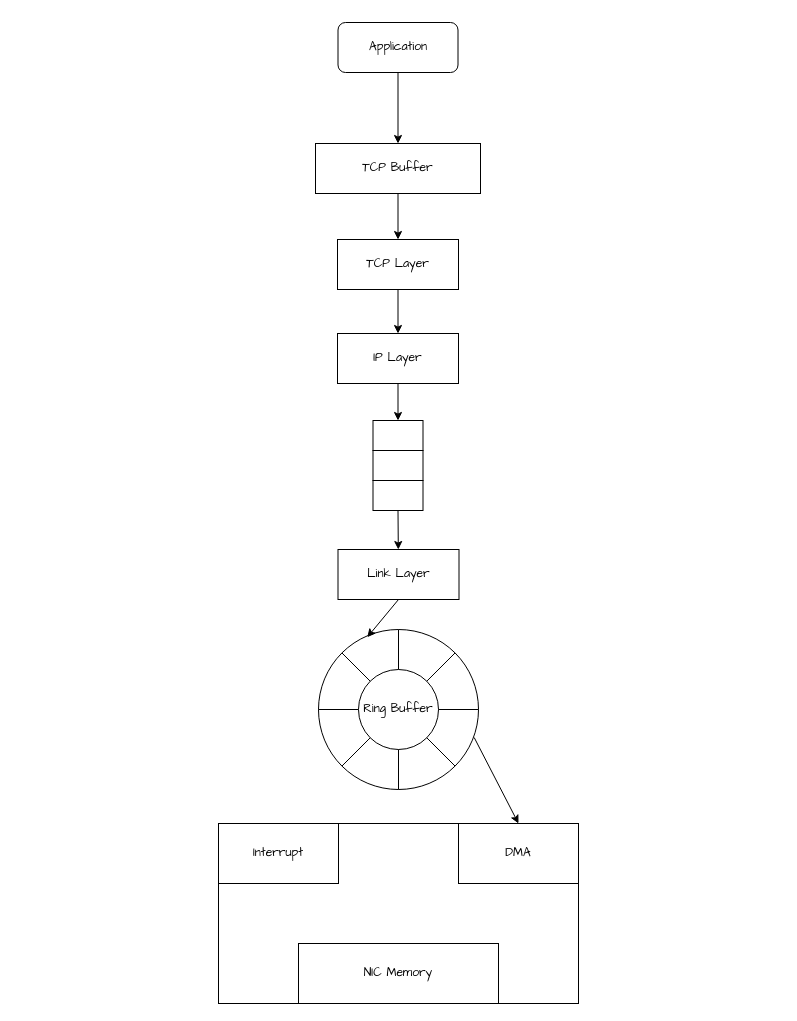
The draw.io diagram tcp/tcp_send_recv_process.drawio in ShenChen1/how-to-reload-malloc-free, before the edit. Source tidied: cells renumbered, new cells numbered last; positions are measured from the earlier drawing's top-left corner, leaving out a move shared by most shapes. Both pictures are drawn from the tidied source at 100%, with x=0, y=0 at pixel (218, 22).
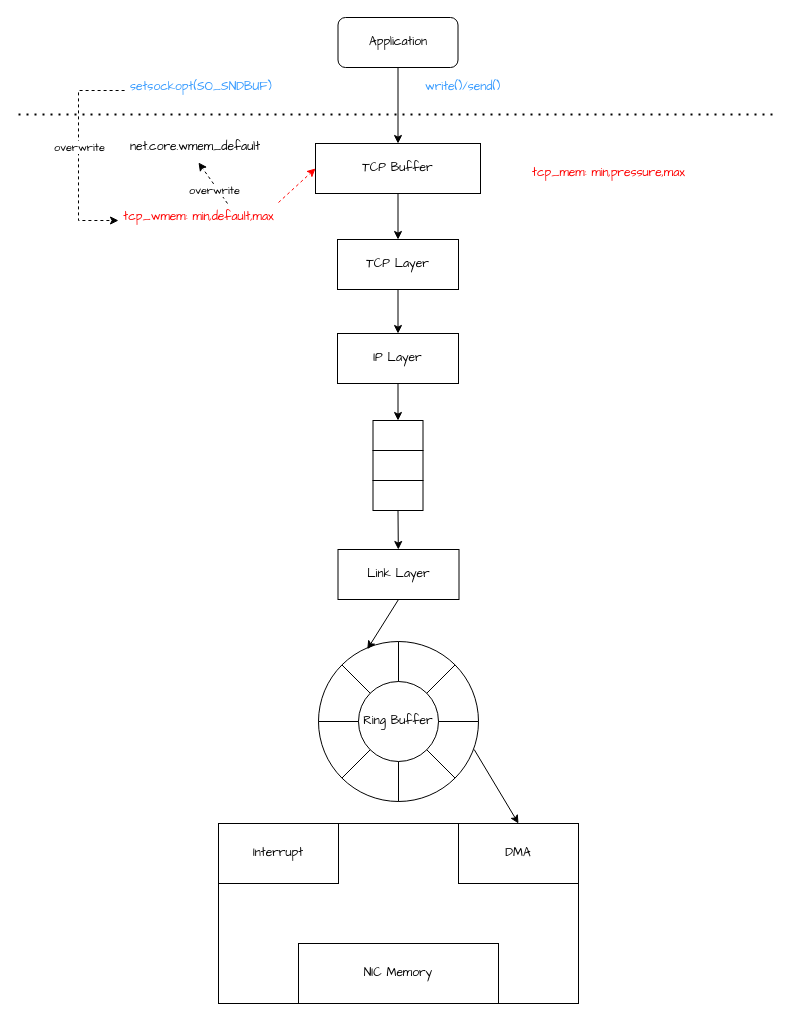
Above is the later version.

Unchanged cells that the change refers to:
```xml
<mxCell id="3" value="TCP Buffer" style="rounded=0;whiteSpace=wrap;html=1;fontFamily=Comic Sans MS;" parent="1" vertex="1">
  <mxGeometry x="97" y="121" width="165" height="50" as="geometry" />
</mxCell>
```

The edit, as a diff of the source:
```diff
@@
     <mxCell id="2" value="Application" style="rounded=1;whiteSpace=wrap;html=1;fontFamily=Comic Sans MS;" parent="1" vertex="1">
-      <mxGeometry x="119.5" width="120" height="50" as="geometry" />
+      <mxGeometry x="119.5" y="-5" width="120" height="50" as="geometry" />
     </mxCell>
@@
     <mxCell id="5" style="ellipse;whiteSpace=wrap;html=1;fontFamily=Comic Sans MS;" parent="1" vertex="1">
-      <mxGeometry x="100" y="607" width="160" height="160" as="geometry" />
+      <mxGeometry x="100" y="619" width="160" height="160" as="geometry" />
     </mxCell>
     <mxCell id="6" value="Ring Buffer" style="ellipse;whiteSpace=wrap;html=1;fontFamily=Comic Sans MS;" parent="1" vertex="1">
-      <mxGeometry x="140" y="647" width="80" height="80" as="geometry" />
+      <mxGeometry x="140" y="659" width="80" height="80" as="geometry" />
     </mxCell>
@@
+    <mxCell id="31" style="endArrow=none;dashed=1;html=1;dashPattern=1 3;strokeWidth=2;rounded=0;" parent="1" edge="1">
+      <mxGeometry relative="1" as="geometry">
+        <mxPoint x="-200" y="92" as="sourcePoint" />
+        <mxPoint x="560" y="92" as="targetPoint" />
+      </mxGeometry>
+    </mxCell>
+    <mxCell id="32" style="endArrow=classic;html=1;rounded=0;dashed=1;strokeColor=#FF0000;fontFamily=Comic Sans MS;entryX=0;entryY=0.5;entryDx=0;entryDy=0;exitX=0.9;exitY=0.26;exitDx=0;exitDy=0;exitPerimeter=0;" parent="1" edge="1" target="3">
+      <mxGeometry relative="1" as="geometry">
+        <mxPoint x="60" y="180" as="sourcePoint" />
+      </mxGeometry>
+    </mxCell>
+    <mxCell id="33" value="write()/send()" style="text;html=1;align=left;verticalAlign=middle;strokeColor=none;fillColor=none;fontColor=#3399FF;fontFamily=Comic Sans MS;" parent="1" vertex="1">
+      <mxGeometry x="204.5" y="50" width="100" height="30" as="geometry" />
+    </mxCell>
+    <mxCell id="34" value="&lt;font face=&quot;Comic Sans MS&quot;&gt;net.core.wmem_default&lt;/font&gt;" style="text;whiteSpace=wrap;html=1;" parent="1" vertex="1">
+      <mxGeometry x="-90" y="110" width="140" height="30" as="geometry" />
+    </mxCell>
+    <mxCell id="35" style="endArrow=classic;html=1;rounded=0;dashed=1;strokeColor=#000000;fontFamily=Comic Sans MS;entryX=0.5;entryY=1;entryDx=0;entryDy=0;" parent="1" edge="1" target="34">
+      <mxGeometry relative="1" as="geometry">
+        <mxPoint x="9" y="181" as="sourcePoint" />
+      </mxGeometry>
+    </mxCell>
+    <mxCell id="36" value="overwrite" style="edgeLabel;html=1;align=center;verticalAlign=middle;fontFamily=Comic Sans MS;" parent="35" vertex="1">
+      <mxGeometry x="-0.26" y="3" relative="1" as="geometry" />
+    </mxCell>
+    <mxCell id="37" value="setsockopt(SO_SNDBUF)" style="text;html=1;align=left;verticalAlign=middle;strokeColor=none;fillColor=none;fontColor=#3399FF;fontFamily=Comic Sans MS;" parent="1" vertex="1">
+      <mxGeometry x="-90" y="50" width="170" height="30" as="geometry" />
+    </mxCell>
+    <mxCell id="38" value="&lt;div&gt;tcp_mem: min,pressure,max&lt;/div&gt;" style="text;html=1;strokeColor=none;fillColor=none;align=center;verticalAlign=middle;rounded=0;fontFamily=Comic Sans MS;fontColor=#FF0000;" parent="1" vertex="1">
+      <mxGeometry x="310" y="140" width="160" height="21" as="geometry" />
+    </mxCell>
+    <mxCell id="39" style="endArrow=classic;html=1;rounded=0;dashed=1;strokeColor=#000000;fontFamily=Comic Sans MS;entryX=0;entryY=0.5;entryDx=0;entryDy=0;exitX=-0.023;exitY=0.501;exitDx=0;exitDy=0;exitPerimeter=0;" parent="1" edge="1">
+      <mxGeometry relative="1" as="geometry">
+        <mxPoint x="-93.9" y="68" as="sourcePoint" />
+        <mxPoint x="-100" y="198" as="targetPoint" />
+        <Array as="points">
+          <mxPoint x="-140" y="68" />
+          <mxPoint x="-140" y="198" />
+        </Array>
+      </mxGeometry>
+    </mxCell>
+    <mxCell id="40" value="overwrite" style="edgeLabel;html=1;align=center;verticalAlign=middle;fontFamily=Comic Sans MS;" parent="39" vertex="1">
+      <mxGeometry x="-0.26" y="3" relative="1" as="geometry">
+        <mxPoint x="-3" y="23" as="offset" />
+      </mxGeometry>
+    </mxCell>
+    <mxCell id="41" value="&lt;div&gt;tcp_wmem: min,default,max&lt;/div&gt;" style="text;html=1;strokeColor=none;fillColor=none;align=center;verticalAlign=middle;rounded=0;fontFamily=Comic Sans MS;fontColor=#FF0000;" parent="1" vertex="1">
+      <mxGeometry x="-100" y="180" width="160" height="30" as="geometry" />
+    </mxCell>
```
